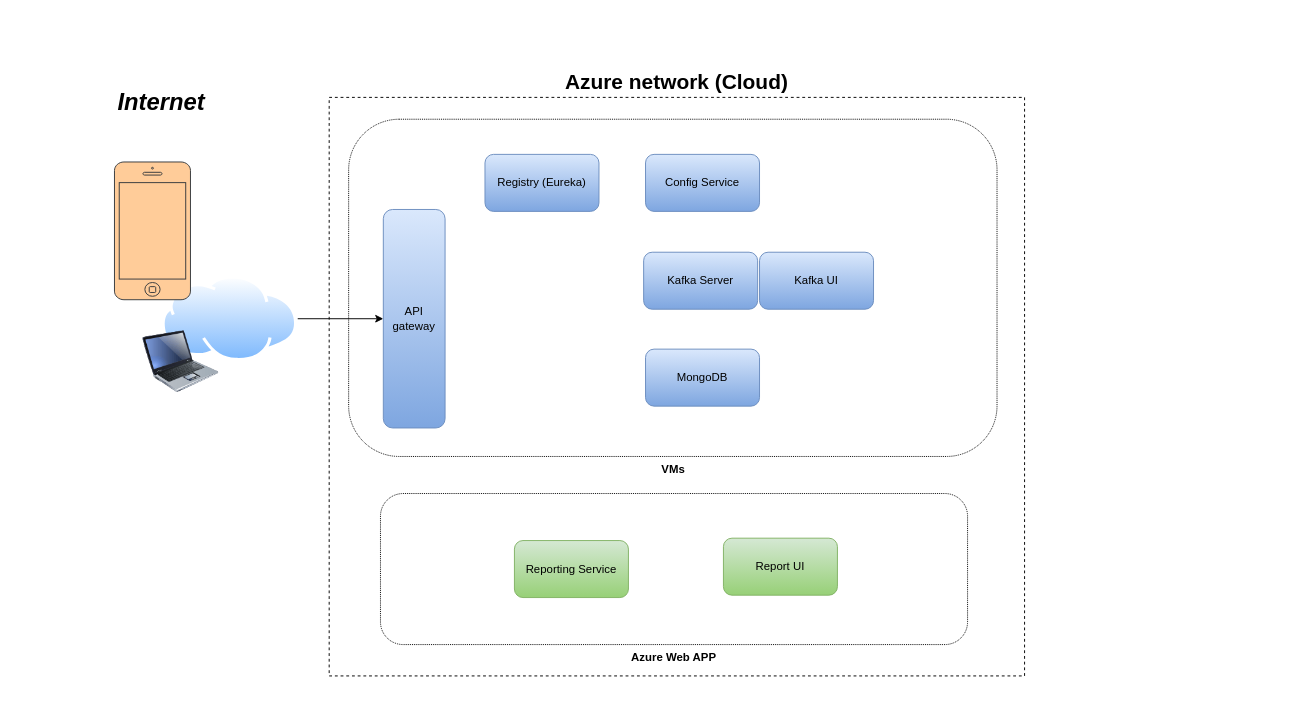
Earlier version of the draw.io diagram page "Deployment" (4 of 5) of DOCUMENT/Untitled Diagram.drawio (vantypham/reportservice). Source tidied: cells renumbered, new cells numbered last; positions are measured from the earlier drawing's top-left corner, leaving out a move shared by most shapes. Both pictures are drawn from the tidied source at 95%, with x=0, y=0 at pixel (108, 81). Pictures stored in the file or linked from it are replaced by grey dashed boxes.
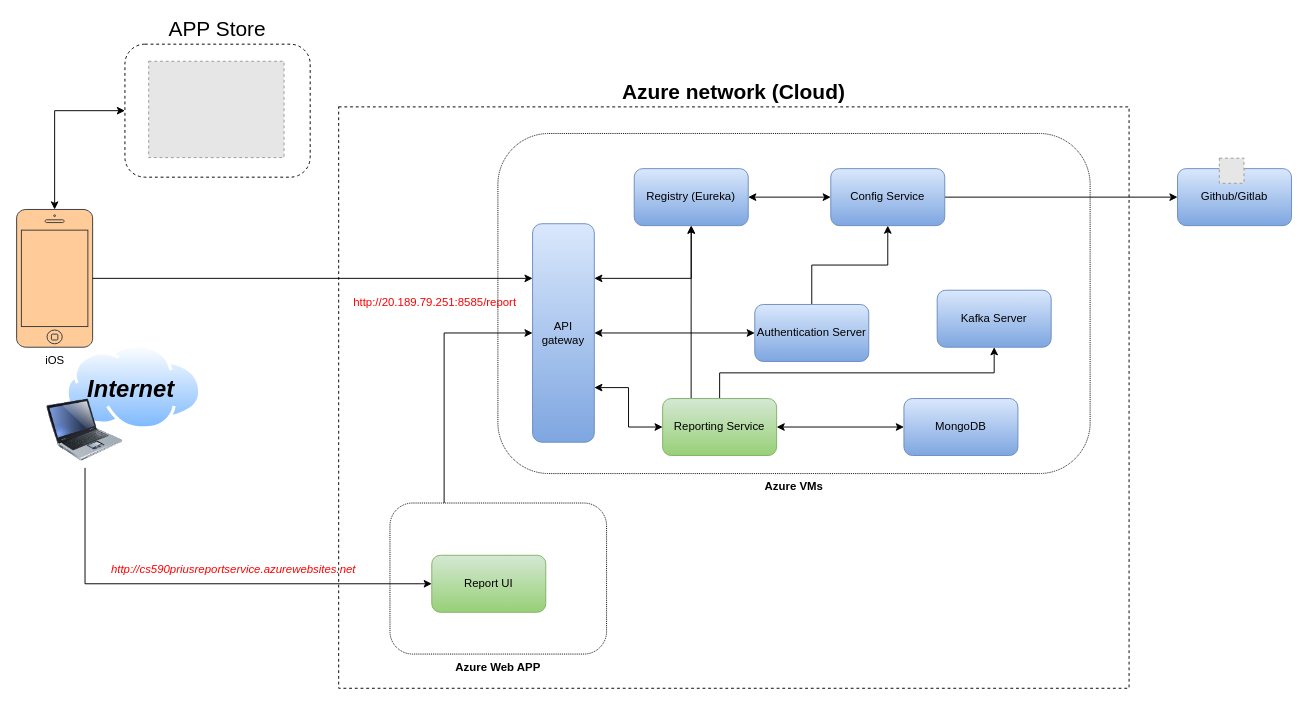
The same diagram, later.

Diff of the diagram source:
```diff
@@
     <mxCell id="2" value="Azure network (Cloud)" style="rounded=0;whiteSpace=wrap;html=1;labelPosition=center;verticalLabelPosition=top;align=center;verticalAlign=bottom;fontStyle=1;dashed=1;fillColor=none;fontSize=22;" parent="1" vertex="1">
-      <mxGeometry x="232" y="17" width="732" height="609" as="geometry" />
+      <mxGeometry x="242" y="27" width="832" height="612" as="geometry" />
     </mxCell>
-    <mxCell id="3" value="VMs" style="rounded=1;whiteSpace=wrap;html=1;dashed=1;dashPattern=1 1;fillColor=none;labelPosition=center;verticalLabelPosition=bottom;align=center;verticalAlign=top;fontStyle=1;" parent="1" vertex="1">
-      <mxGeometry x="252.5" y="40" width="682.5" height="355" as="geometry" />
-    </mxCell>
+    <mxCell id="18" value="Azure VMs" style="rounded=1;whiteSpace=wrap;html=1;dashed=1;dashPattern=1 1;fillColor=none;labelPosition=center;verticalLabelPosition=bottom;align=center;verticalAlign=top;fontStyle=1;" parent="1" vertex="1">
+      <mxGeometry x="409.6" y="55" width="623.4" height="358" as="geometry" />
+    </mxCell>
+    <mxCell id="19" style="edgeStyle=orthogonalEdgeStyle;rounded=0;jettySize=auto;html=1;exitX=0.25;exitY=0;exitDx=0;exitDy=0;entryX=0;entryY=0.5;entryDx=0;entryDy=0;startArrow=none;startFill=0;" parent="1" edge="1" source="4" target="9">
+      <mxGeometry relative="1" as="geometry" />
+    </mxCell>
     <mxCell id="4" value="Azure Web APP" style="rounded=1;whiteSpace=wrap;html=1;dashed=1;dashPattern=1 1;fillColor=none;labelPosition=center;verticalLabelPosition=bottom;align=center;verticalAlign=top;fontStyle=1;" parent="1" vertex="1">
-      <mxGeometry x="286" y="434" width="618" height="159" as="geometry" />
+      <mxGeometry x="296" y="444" width="228" height="159" as="geometry" />
     </mxCell>
-    <mxCell id="5" style="edgeStyle=orthogonalEdgeStyle;rounded=0;jettySize=auto;html=1;exitX=1;exitY=0.5;exitDx=0;exitDy=0;entryX=0;entryY=0.5;entryDx=0;entryDy=0;" parent="1" edge="1" source="6" target="9">
-      <mxGeometry relative="1" as="geometry" />
-    </mxCell>
-    <mxCell id="6" style="image;perimeter=ellipsePerimeter;html=1;align=center;shadow=0;dashed=0;spacingTop=3;image=img/lib/active_directory/internet_cloud.svg;labelPosition=center;verticalLabelPosition=middle;verticalAlign=middle;" parent="1" vertex="1">
-      <mxGeometry x="56" y="205" width="142.9" height="90" as="geometry" />
-    </mxCell>
-    <mxCell id="7" style="image;html=1;image=img/lib/clip_art/computers/Laptop_128x128.png;" parent="1" vertex="1">
-      <mxGeometry x="36" y="255" width="80" height="80" as="geometry" />
-    </mxCell>
-    <mxCell id="8" style="html=1;verticalLabelPosition=bottom;labelBackgroundColor=#ffffff;verticalAlign=top;shadow=0;dashed=0;strokeWidth=1;shape=mxgraph.ios7.misc.iphone;strokeColor=#36393d;fillColor=#ffcc99;" parent="1" vertex="1">
-      <mxGeometry x="6" y="85" width="80" height="145" as="geometry" />
-    </mxCell>
+    <mxCell id="20" style="image;perimeter=ellipsePerimeter;html=1;align=center;shadow=0;dashed=0;spacingTop=3;image=img/lib/active_directory/internet_cloud.svg;labelPosition=center;verticalLabelPosition=middle;verticalAlign=middle;" parent="1" vertex="1">
+      <mxGeometry x="-45" y="277" width="142.9" height="90" as="geometry" />
+    </mxCell>
+    <mxCell id="21" style="edgeStyle=orthogonalEdgeStyle;rounded=0;jettySize=auto;html=1;exitX=0.5;exitY=1;exitDx=0;exitDy=0;entryX=0;entryY=0.5;entryDx=0;entryDy=0;" parent="1" edge="1" source="22" target="16">
+      <mxGeometry relative="1" as="geometry" />
+    </mxCell>
+    <mxCell id="22" style="image;html=1;image=img/lib/clip_art/computers/Laptop_128x128.png;" parent="1" vertex="1">
+      <mxGeometry x="-65" y="327" width="80" height="80" as="geometry" />
+    </mxCell>
+    <mxCell id="23" value="iOS" style="html=1;verticalLabelPosition=bottom;labelBackgroundColor=#ffffff;verticalAlign=top;shadow=0;dashed=0;strokeWidth=1;shape=mxgraph.ios7.misc.iphone;strokeColor=#36393d;fillColor=#ffcc99;" parent="1" vertex="1">
+      <mxGeometry x="-97" y="135" width="80" height="145" as="geometry" />
+    </mxCell>
+    <mxCell id="24" style="edgeStyle=orthogonalEdgeStyle;rounded=0;jettySize=auto;html=1;exitX=0;exitY=0.25;exitDx=0;exitDy=0;endArrow=none;endFill=0;startArrow=classic;startFill=1;" parent="1" edge="1" source="9" target="23">
+      <mxGeometry relative="1" as="geometry" />
+    </mxCell>
+    <mxCell id="25" style="edgeStyle=orthogonalEdgeStyle;rounded=0;jettySize=auto;html=1;exitX=1;exitY=0.75;exitDx=0;exitDy=0;startArrow=classic;startFill=1;" parent="1" edge="1" source="9" target="15">
+      <mxGeometry relative="1" as="geometry" />
+    </mxCell>
+    <mxCell id="26" style="edgeStyle=orthogonalEdgeStyle;rounded=0;jettySize=auto;html=1;exitX=1;exitY=0.25;exitDx=0;exitDy=0;entryX=0.5;entryY=1;entryDx=0;entryDy=0;startArrow=classic;startFill=1;" parent="1" edge="1" source="9" target="10">
+      <mxGeometry relative="1" as="geometry" />
+    </mxCell>
+    <mxCell id="27" style="edgeStyle=orthogonalEdgeStyle;rounded=0;jettySize=auto;html=1;exitX=1;exitY=0.5;exitDx=0;exitDy=0;entryX=0;entryY=0.5;entryDx=0;entryDy=0;startArrow=classic;startFill=1;" parent="1" edge="1" source="9" target="40">
+      <mxGeometry relative="1" as="geometry" />
+    </mxCell>
     <mxCell id="9" value="API gateway" style="rounded=1;whiteSpace=wrap;html=1;fillColor=#dae8fc;gradientColor=#7ea6e0;strokeColor=#6c8ebf;" parent="1" vertex="1">
-      <mxGeometry x="289" y="135" width="65" height="230" as="geometry" />
+      <mxGeometry x="446.1" y="150" width="65" height="230" as="geometry" />
     </mxCell>
     <mxCell id="10" value="Registry (Eureka)" style="rounded=1;whiteSpace=wrap;html=1;fillColor=#dae8fc;gradientColor=#7ea6e0;strokeColor=#6c8ebf;" parent="1" vertex="1">
-      <mxGeometry x="396" y="77" width="120" height="60" as="geometry" />
+      <mxGeometry x="553.1" y="92" width="120" height="60" as="geometry" />
     </mxCell>
+    <mxCell id="28" style="edgeStyle=orthogonalEdgeStyle;rounded=0;jettySize=auto;html=1;exitX=0;exitY=0.5;exitDx=0;exitDy=0;entryX=1;entryY=0.5;entryDx=0;entryDy=0;startArrow=classic;startFill=1;" parent="1" edge="1" source="11" target="10">
+      <mxGeometry relative="1" as="geometry" />
+    </mxCell>
+    <mxCell id="29" style="edgeStyle=orthogonalEdgeStyle;rounded=0;jettySize=auto;html=1;exitX=1;exitY=0.5;exitDx=0;exitDy=0;" parent="1" edge="1" source="11" target="41">
+      <mxGeometry relative="1" as="geometry" />
+    </mxCell>
     <mxCell id="11" value="Config Service" style="rounded=1;whiteSpace=wrap;html=1;fillColor=#dae8fc;gradientColor=#7ea6e0;strokeColor=#6c8ebf;" parent="1" vertex="1">
-      <mxGeometry x="565" y="77" width="120" height="60" as="geometry" />
+      <mxGeometry x="760" y="92" width="120" height="60" as="geometry" />
     </mxCell>
     <mxCell id="12" value="Kafka Server" style="rounded=1;whiteSpace=wrap;html=1;fillColor=#dae8fc;gradientColor=#7ea6e0;strokeColor=#6c8ebf;" parent="1" vertex="1">
-      <mxGeometry x="563" y="180" width="120" height="60" as="geometry" />
+      <mxGeometry x="872" y="220" width="120" height="60" as="geometry" />
     </mxCell>
-    <mxCell id="13" value="Kafka UI" style="rounded=1;whiteSpace=wrap;html=1;fillColor=#dae8fc;gradientColor=#7ea6e0;strokeColor=#6c8ebf;" parent="1" vertex="1">
-      <mxGeometry x="685" y="180" width="120" height="60" as="geometry" />
-    </mxCell>
     <mxCell id="14" value="MongoDB" style="rounded=1;whiteSpace=wrap;html=1;fillColor=#dae8fc;gradientColor=#7ea6e0;strokeColor=#6c8ebf;" parent="1" vertex="1">
-      <mxGeometry x="565" y="282" width="120" height="60" as="geometry" />
+      <mxGeometry x="837" y="334" width="120" height="60" as="geometry" />
     </mxCell>
+    <mxCell id="30" style="edgeStyle=orthogonalEdgeStyle;rounded=0;jettySize=auto;html=1;exitX=1;exitY=0.5;exitDx=0;exitDy=0;startArrow=classic;startFill=1;" parent="1" edge="1" source="15" target="14">
+      <mxGeometry relative="1" as="geometry" />
+    </mxCell>
+    <mxCell id="31" style="edgeStyle=orthogonalEdgeStyle;rounded=0;jettySize=auto;html=1;exitX=0.5;exitY=0;exitDx=0;exitDy=0;entryX=0.5;entryY=1;entryDx=0;entryDy=0;" parent="1" edge="1" source="15" target="12">
+      <mxGeometry relative="1" as="geometry" />
+    </mxCell>
+    <mxCell id="32" style="edgeStyle=orthogonalEdgeStyle;rounded=0;jettySize=auto;html=1;exitX=0.25;exitY=0;exitDx=0;exitDy=0;entryX=0.5;entryY=1;entryDx=0;entryDy=0;" parent="1" edge="1" source="15" target="10">
+      <mxGeometry relative="1" as="geometry" />
+    </mxCell>
     <mxCell id="15" value="Reporting Service" style="rounded=1;whiteSpace=wrap;html=1;fillColor=#d5e8d4;gradientColor=#97d077;strokeColor=#82b366;" parent="1" vertex="1">
-      <mxGeometry x="427" y="483.5" width="120" height="60" as="geometry" />
+      <mxGeometry x="583" y="334" width="120" height="60" as="geometry" />
     </mxCell>
     <mxCell id="16" value="Report UI" style="rounded=1;whiteSpace=wrap;html=1;fillColor=#d5e8d4;gradientColor=#97d077;strokeColor=#82b366;" parent="1" vertex="1">
-      <mxGeometry x="647" y="481" width="120" height="60" as="geometry" />
+      <mxGeometry x="340" y="499" width="120" height="60" as="geometry" />
     </mxCell>
     <mxCell id="17" value="Internet" style="text;html=1;align=center;verticalAlign=middle;strokeColor=none;fillColor=none;fontSize=25;fontStyle=3;" parent="1" vertex="1">
-      <mxGeometry width="110" height="42" as="geometry" />
+      <mxGeometry x="-32" y="302" width="110" height="42" as="geometry" />
     </mxCell>
+    <mxCell id="33" value="http://cs590priusreportservice.azurewebsites.net" style="text;html=1;align=center;verticalAlign=middle;strokeColor=none;fillColor=none;fontStyle=2;fontColor=#FF0000;" parent="1" vertex="1">
+      <mxGeometry x="-7" y="501" width="275" height="26" as="geometry" />
+    </mxCell>
+    <mxCell id="34" style="group;labelPosition=center;verticalLabelPosition=top;align=center;verticalAlign=bottom;fontSize=14;" parent="1" vertex="1">
+      <mxGeometry x="17" y="-39" width="195" height="140" as="geometry" />
+    </mxCell>
+    <mxCell id="35" value="APP Store" style="rounded=1;whiteSpace=wrap;html=1;dashed=1;labelPosition=center;verticalLabelPosition=top;align=center;verticalAlign=bottom;fontSize=22;" parent="34" vertex="1">
+      <mxGeometry width="195" height="140" as="geometry" />
+    </mxCell>
+    <mxCell id="36" style="fillColor=#E6E6E6;strokeColor=#999999;dashed=1;verticalLabelPosition=bottom;labelBackgroundColor=default;verticalAlign=top;" parent="34" vertex="1">
+      <mxGeometry x="25" y="18" width="142.5" height="101.4" as="geometry" />
+    </mxCell>
+    <mxCell id="37" style="edgeStyle=orthogonalEdgeStyle;rounded=0;jettySize=auto;html=1;exitX=0;exitY=0.5;exitDx=0;exitDy=0;startArrow=classic;startFill=1;" parent="1" edge="1" source="35" target="23">
+      <mxGeometry relative="1" as="geometry" />
+    </mxCell>
+    <mxCell id="38" value="http://20.189.79.251:8585/report" style="text;html=1;align=center;verticalAlign=middle;strokeColor=none;fillColor=none;fontColor=#FF0000;" parent="1" vertex="1">
+      <mxGeometry x="248" y="219.5" width="189" height="26" as="geometry" />
+    </mxCell>
+    <mxCell id="39" style="edgeStyle=orthogonalEdgeStyle;rounded=0;jettySize=auto;html=1;exitX=0.5;exitY=0;exitDx=0;exitDy=0;entryX=0.5;entryY=1;entryDx=0;entryDy=0;" parent="1" edge="1" source="40" target="11">
+      <mxGeometry relative="1" as="geometry" />
+    </mxCell>
+    <mxCell id="40" value="Authentication Server" style="rounded=1;whiteSpace=wrap;html=1;fillColor=#dae8fc;gradientColor=#7ea6e0;strokeColor=#6c8ebf;" parent="1" vertex="1">
+      <mxGeometry x="680" y="235" width="120" height="60" as="geometry" />
+    </mxCell>
+    <mxCell id="41" value="Github/Gitlab" style="rounded=1;whiteSpace=wrap;html=1;fillColor=#dae8fc;gradientColor=#7ea6e0;strokeColor=#6c8ebf;" parent="1" vertex="1">
+      <mxGeometry x="1125" y="92" width="120" height="60" as="geometry" />
+    </mxCell>
+    <mxCell id="42" style="fillColor=#E6E6E6;strokeColor=#999999;dashed=1;verticalLabelPosition=bottom;labelBackgroundColor=default;verticalAlign=top;" parent="1" vertex="1">
+      <mxGeometry x="1169" y="81" width="26" height="26.4" as="geometry" />
+    </mxCell>
```
